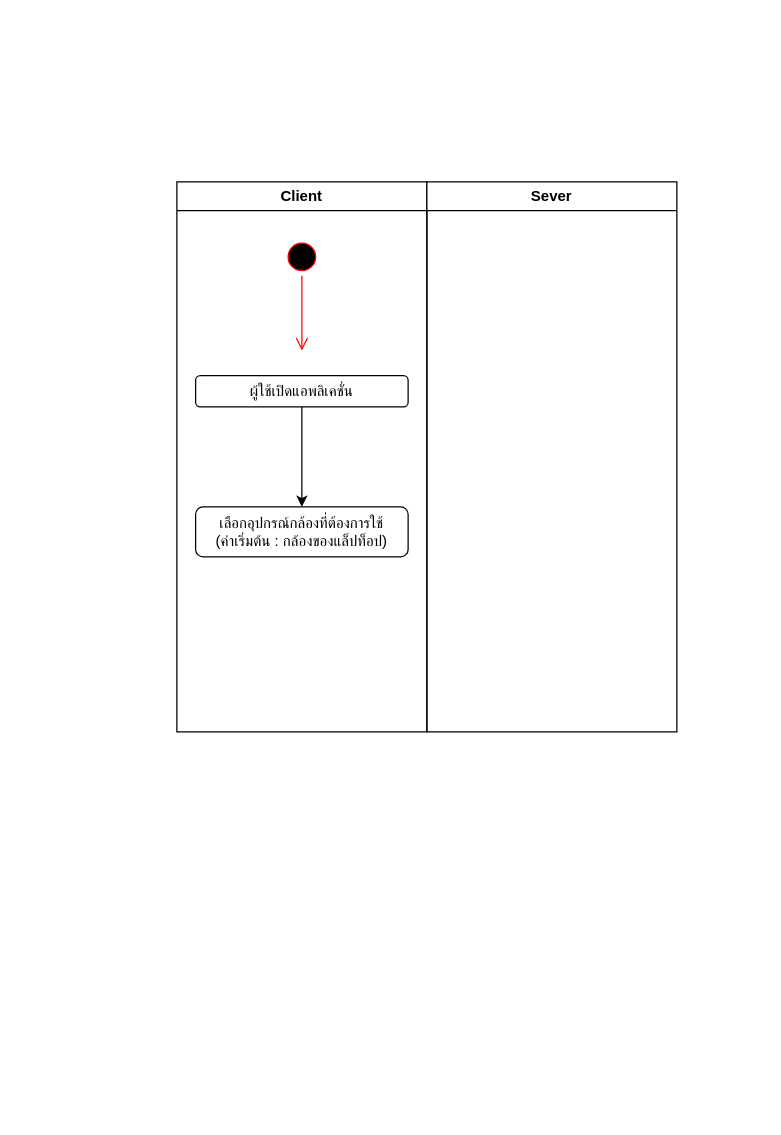
ErgoDetect/com-sci-project keeps this draw.io diagram as แบบแผนที่ยังไม่ได้ตั้งชื่อ.drawio. Above is the earlier version. Source tidied: cells renumbered, new cells numbered last; positions are measured from the earlier drawing's top-left corner, leaving out a move shared by most shapes. Both pictures are drawn from the tidied source at 125%, with x=0, y=0 at pixel (176, 181).
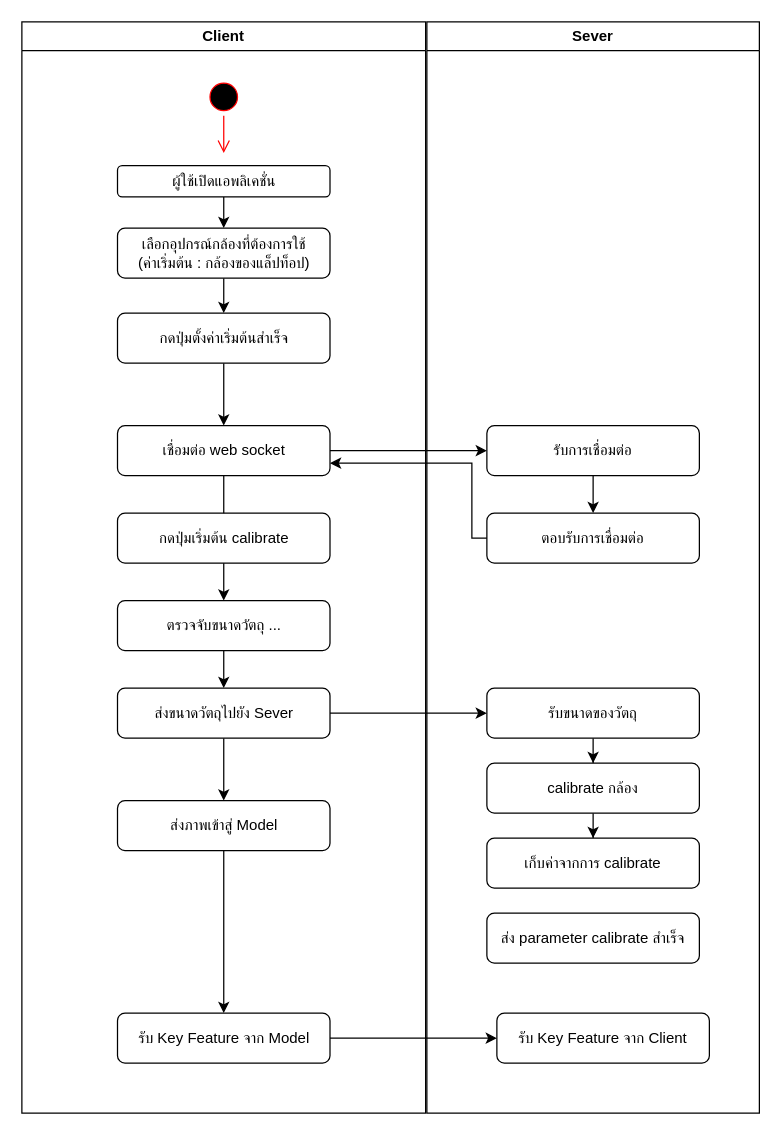
Above is the later version.

What changed in the source:
```diff
@@
     <mxCell id="2" value="Client" style="swimlane;whiteSpace=wrap;html=1;" parent="1" vertex="1">
-      <mxGeometry width="200" height="440" as="geometry" />
+      <mxGeometry x="-124" y="-128" width="323" height="873" as="geometry" />
     </mxCell>
     <mxCell id="3" style="ellipse;html=1;shape=startState;fillColor=#000000;strokeColor=#ff0000;" parent="2" vertex="1">
-      <mxGeometry x="85" y="45" width="30" height="30" as="geometry" />
+      <mxGeometry x="146.5" y="45" width="30" height="30" as="geometry" />
     </mxCell>
-    <mxCell id="4" style="edgeStyle=orthogonalEdgeStyle;html=1;verticalAlign=bottom;endArrow=open;endSize=8;strokeColor=#ff0000;rounded=0;" parent="2" edge="1" source="3">
+    <mxCell id="4" style="edgeStyle=orthogonalEdgeStyle;html=1;verticalAlign=bottom;endArrow=open;endSize=8;strokeColor=#ff0000;rounded=0;" parent="2" edge="1">
       <mxGeometry relative="1" as="geometry">
-        <mxPoint x="100" y="135" as="targetPoint" />
+        <mxPoint x="161.5" y="75" as="sourcePoint" />
+        <mxPoint x="161.5" y="105" as="targetPoint" />
       </mxGeometry>
     </mxCell>
@@
     <mxCell id="6" value="ผู้ใช้เปิดแอพลิเคชั่น" style="rounded=1;whiteSpace=wrap;html=1;" parent="2" vertex="1">
-      <mxGeometry x="15" y="155" width="170" height="25" as="geometry" />
+      <mxGeometry x="76.5" y="115" width="170" height="25" as="geometry" />
     </mxCell>
+    <mxCell id="9" style="edgeStyle=orthogonalEdgeStyle;rounded=0;jettySize=auto;html=1;" parent="2" edge="1" source="7" target="16">
+      <mxGeometry relative="1" as="geometry" />
+    </mxCell>
     <mxCell id="7" value="เลือกอุปกรณ์กล้องที่ต้องการใช้&lt;br&gt;(ค่าเริ่มต้น : กล้องของแล็ปท็อป)" style="rounded=1;whiteSpace=wrap;html=1;" parent="2" vertex="1">
-      <mxGeometry x="15" y="260" width="170" height="40" as="geometry" />
+      <mxGeometry x="76.5" y="165" width="170" height="40" as="geometry" />
     </mxCell>
+    <mxCell id="10" style="edgeStyle=orthogonalEdgeStyle;rounded=0;jettySize=auto;html=1;" parent="2" edge="1" source="11" target="13">
+      <mxGeometry relative="1" as="geometry" />
+    </mxCell>
+    <mxCell id="11" value="ส่งขนาดวัตถุไปยัง Sever" style="rounded=1;whiteSpace=wrap;html=1;" parent="2" vertex="1">
+      <mxGeometry x="76.5" y="533" width="170" height="40" as="geometry" />
+    </mxCell>
+    <mxCell id="12" style="edgeStyle=orthogonalEdgeStyle;rounded=0;jettySize=auto;html=1;" parent="2" edge="1" source="13" target="14">
+      <mxGeometry relative="1" as="geometry" />
+    </mxCell>
+    <mxCell id="13" value="ส่งภาพเข้าสู่ Model" style="rounded=1;whiteSpace=wrap;html=1;" parent="2" vertex="1">
+      <mxGeometry x="76.5" y="623" width="170" height="40" as="geometry" />
+    </mxCell>
+    <mxCell id="14" value="รับ Key Feature จาก Model" style="rounded=1;whiteSpace=wrap;html=1;" parent="2" vertex="1">
+      <mxGeometry x="76.5" y="793" width="170" height="40" as="geometry" />
+    </mxCell>
+    <mxCell id="15" style="edgeStyle=orthogonalEdgeStyle;rounded=0;jettySize=auto;html=1;entryX=0.5;entryY=0;entryDx=0;entryDy=0;" parent="2" edge="1" source="16" target="18">
+      <mxGeometry relative="1" as="geometry" />
+    </mxCell>
+    <mxCell id="16" value="กดปุ่มตั้งค่าเริ่มต้นสำเร็จ" style="rounded=1;whiteSpace=wrap;html=1;" parent="2" vertex="1">
+      <mxGeometry x="76.5" y="233" width="170" height="40" as="geometry" />
+    </mxCell>
+    <mxCell id="17" style="edgeStyle=orthogonalEdgeStyle;rounded=0;jettySize=auto;html=1;entryX=0.5;entryY=0;entryDx=0;entryDy=0;" parent="2" edge="1" source="18" target="21">
+      <mxGeometry relative="1" as="geometry" />
+    </mxCell>
+    <mxCell id="18" value="เชื่อมต่อ web socket" style="rounded=1;whiteSpace=wrap;html=1;" parent="2" vertex="1">
+      <mxGeometry x="76.5" y="323" width="170" height="40" as="geometry" />
+    </mxCell>
+    <mxCell id="19" value="กดปุ่มเริ่มต้น calibrate" style="rounded=1;whiteSpace=wrap;html=1;" parent="2" vertex="1">
+      <mxGeometry x="76.5" y="393" width="170" height="40" as="geometry" />
+    </mxCell>
+    <mxCell id="20" style="edgeStyle=orthogonalEdgeStyle;rounded=0;jettySize=auto;html=1;entryX=0.5;entryY=0;entryDx=0;entryDy=0;" parent="2" edge="1" source="21" target="11">
+      <mxGeometry relative="1" as="geometry" />
+    </mxCell>
+    <mxCell id="21" value="ตรวจจับขนาดวัตถุ ..." style="rounded=1;whiteSpace=wrap;html=1;" parent="2" vertex="1">
+      <mxGeometry x="76.5" y="463" width="170" height="40" as="geometry" />
+    </mxCell>
     <mxCell id="8" value="Sever" style="swimlane;whiteSpace=wrap;html=1;" parent="1" vertex="1">
-      <mxGeometry x="200" width="200" height="440" as="geometry" />
+      <mxGeometry x="200" y="-128" width="266" height="873" as="geometry" />
     </mxCell>
+    <mxCell id="22" value="รับ Key Feature จาก Client" style="rounded=1;whiteSpace=wrap;html=1;" parent="8" vertex="1">
+      <mxGeometry x="56" y="793" width="170" height="40" as="geometry" />
+    </mxCell>
+    <mxCell id="23" style="edgeStyle=orthogonalEdgeStyle;rounded=0;jettySize=auto;html=1;" parent="8" edge="1" source="24" target="25">
+      <mxGeometry relative="1" as="geometry" />
+    </mxCell>
+    <mxCell id="24" value="รับการเชื่อมต่อ" style="rounded=1;whiteSpace=wrap;html=1;" parent="8" vertex="1">
+      <mxGeometry x="48" y="323" width="170" height="40" as="geometry" />
+    </mxCell>
+    <mxCell id="25" value="ตอบรับการเชื่อมต่อ" style="rounded=1;whiteSpace=wrap;html=1;" parent="8" vertex="1">
+      <mxGeometry x="48" y="393" width="170" height="40" as="geometry" />
+    </mxCell>
+    <mxCell id="26" style="edgeStyle=orthogonalEdgeStyle;rounded=0;jettySize=auto;html=1;entryX=0.5;entryY=0;entryDx=0;entryDy=0;" parent="8" edge="1" source="27" target="29">
+      <mxGeometry relative="1" as="geometry" />
+    </mxCell>
+    <mxCell id="27" value="รับขนาดของวัตถุ" style="rounded=1;whiteSpace=wrap;html=1;" parent="8" vertex="1">
+      <mxGeometry x="48" y="533" width="170" height="40" as="geometry" />
+    </mxCell>
+    <mxCell id="28" style="edgeStyle=orthogonalEdgeStyle;rounded=0;jettySize=auto;html=1;" parent="8" edge="1" source="29" target="30">
+      <mxGeometry relative="1" as="geometry" />
+    </mxCell>
+    <mxCell id="29" value="calibrate กล้อง" style="rounded=1;whiteSpace=wrap;html=1;" parent="8" vertex="1">
+      <mxGeometry x="48" y="593" width="170" height="40" as="geometry" />
+    </mxCell>
+    <mxCell id="30" value="เก็บค่าจากการ calibrate" style="rounded=1;whiteSpace=wrap;html=1;" parent="8" vertex="1">
+      <mxGeometry x="48" y="653" width="170" height="40" as="geometry" />
+    </mxCell>
+    <mxCell id="31" value="ส่ง parameter calibrate สำเร็จ" style="rounded=1;whiteSpace=wrap;html=1;" parent="8" vertex="1">
+      <mxGeometry x="48" y="713" width="170" height="40" as="geometry" />
+    </mxCell>
+    <mxCell id="32" style="edgeStyle=orthogonalEdgeStyle;rounded=0;jettySize=auto;html=1;" parent="1" edge="1" source="14" target="22">
+      <mxGeometry relative="1" as="geometry" />
+    </mxCell>
+    <mxCell id="33" style="endArrow=classic;html=1;rounded=0;entryX=0;entryY=0.5;entryDx=0;entryDy=0;exitX=1;exitY=0.5;exitDx=0;exitDy=0;" parent="1" edge="1" source="18" target="24">
+      <mxGeometry relative="1" as="geometry" />
+    </mxCell>
+    <mxCell id="34" style="endArrow=classic;html=1;rounded=0;entryX=1;entryY=0.75;entryDx=0;entryDy=0;exitX=0;exitY=0.5;exitDx=0;exitDy=0;" parent="1" edge="1" source="25" target="18">
+      <mxGeometry relative="1" as="geometry">
+        <Array as="points">
+          <mxPoint x="236" y="285" />
+          <mxPoint x="236" y="225" />
+          <mxPoint x="156" y="225" />
+        </Array>
+      </mxGeometry>
+    </mxCell>
+    <mxCell id="35" style="edgeStyle=orthogonalEdgeStyle;rounded=0;jettySize=auto;html=1;exitX=1;exitY=0.5;exitDx=0;exitDy=0;entryX=0;entryY=0.5;entryDx=0;entryDy=0;" parent="1" edge="1" source="11" target="27">
+      <mxGeometry relative="1" as="geometry" />
+    </mxCell>
```
